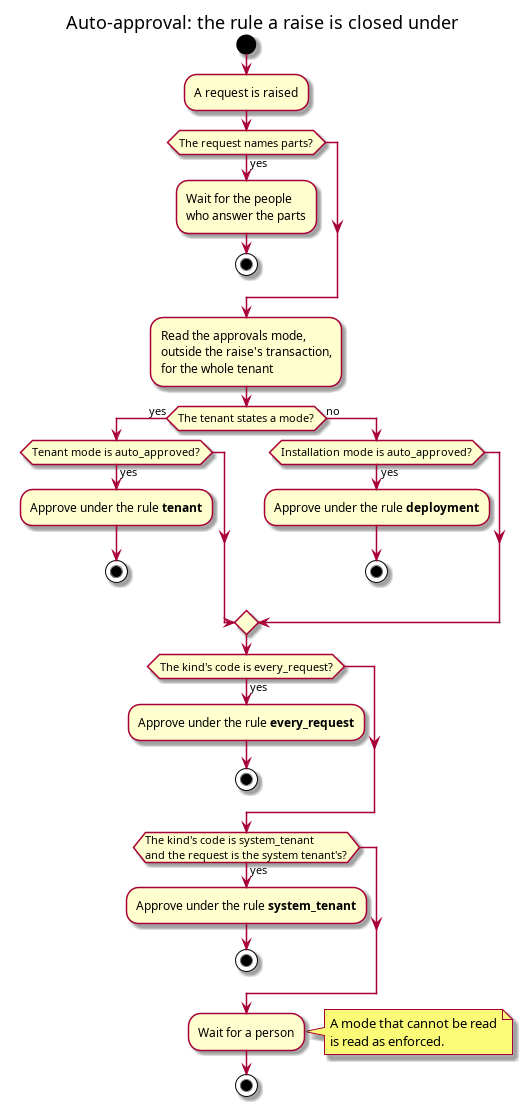
OreStudio/OreStudio keeps this PlantUML diagram as doc/knowledge/architecture/auto_approval_rule.png. Above is the earlier version. Its source is kept beside it as doc/knowledge/architecture/auto_approval_rule.puml.
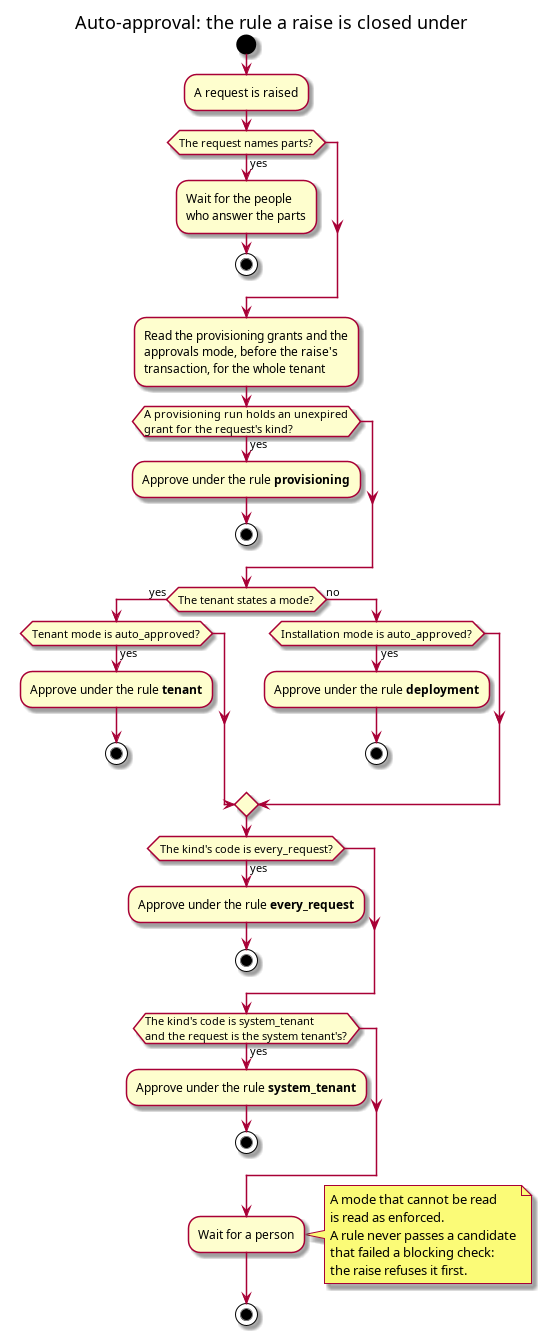
The same diagram one commit later.

The edit, as a diff of the source:
```diff
@@ -8,7 +8,11 @@
   :Wait for the people\nwho answer the parts;
   stop
 endif
-:Read the approvals mode,\noutside the raise's transaction,\nfor the whole tenant;
+:Read the provisioning grants and the\napprovals mode, before the raise's\ntransaction, for the whole tenant;
+if (A provisioning run holds an unexpired\ngrant for the request's kind?) then (yes)
+  :Approve under the rule **provisioning**;
+  stop
+endif
 if (The tenant states a mode?) then (yes)
   if (Tenant mode is auto_approved?) then (yes)
     :Approve under the rule **tenant**;
@@ -32,6 +36,9 @@
 note right
   A mode that cannot be read
   is read as enforced.
+  A rule never passes a candidate
+  that failed a blocking check:
+  the raise refuses it first.
 end note
 stop
 
```
